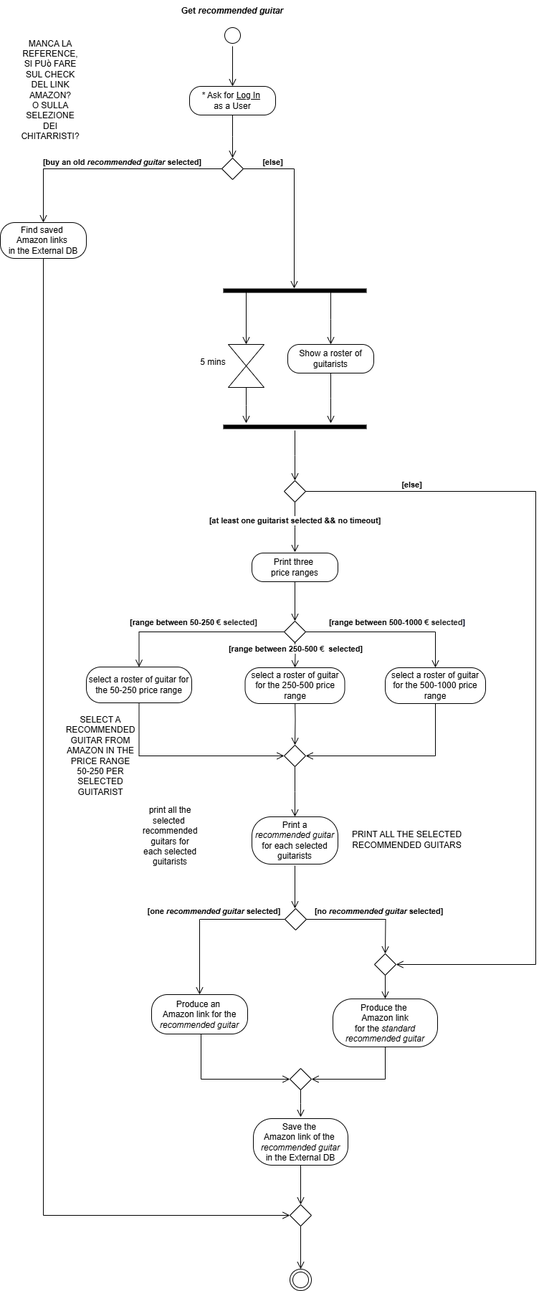
Before: ActivityDiagramM.drawio.png, a diagram exported from draw.io (TizianoLilli/ISPW-Project). Source tidied: cells renumbered, new cells last; positions are measured from the earlier drawing's top-left corner, leaving out a move shared by most shapes.
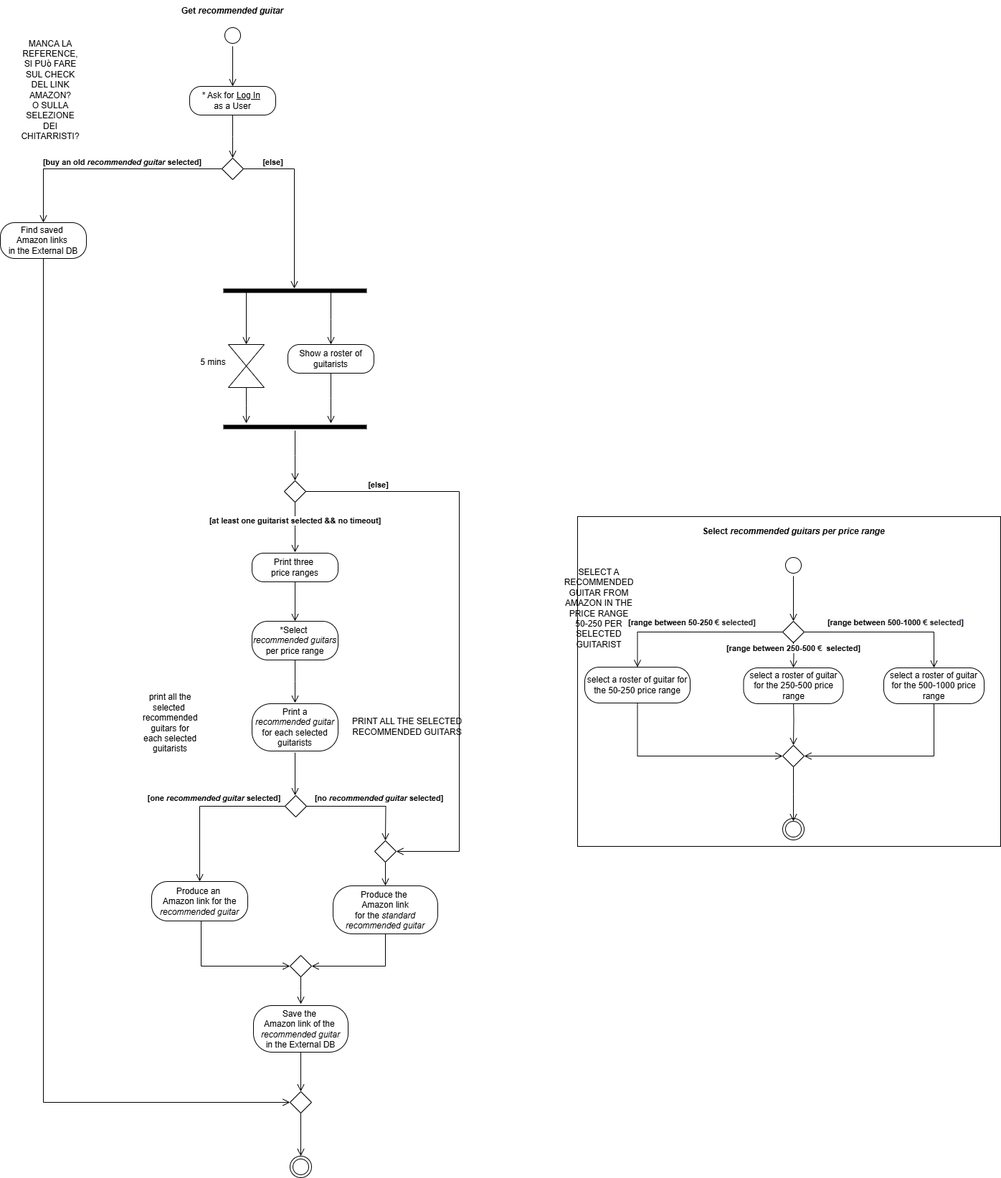
After the commit.

What changed in the source:
```diff
@@ -4,2 +4,5 @@
     <mxCell id="1" parent="0" />
+    <mxCell id="64" style="rounded=0;whiteSpace=wrap;html=1;labelBackgroundColor=none;labelBorderColor=none;" parent="1" vertex="1">
+      <mxGeometry x="805" y="720" width="590" height="460" as="geometry" />
+    </mxCell>
     <mxCell id="2" value="Print three&amp;nbsp;&lt;div&gt;price ranges&lt;/div&gt;" style="rounded=1;whiteSpace=wrap;html=1;arcSize=40;labelBackgroundColor=none;" parent="1" vertex="1">
@@ -13,3 +16,3 @@
     <mxCell id="4" style="rhombus;whiteSpace=wrap;html=1;labelBackgroundColor=none;" parent="1" vertex="1">
-      <mxGeometry x="396" y="866" width="30" height="30" as="geometry" />
+      <mxGeometry x="1091" y="866" width="30" height="30" as="geometry" />
     </mxCell>
@@ -18,3 +21,3 @@
         <Array as="points">
-          <mxPoint x="607" y="881" />
+          <mxPoint x="1302" y="881" />
         </Array>
@@ -24,6 +27,6 @@
       <mxGeometry relative="1" as="geometry">
-        <mxPoint x="597" y="967" as="sourcePoint" />
+        <mxPoint x="1292" y="967" as="sourcePoint" />
         <Array as="points">
-          <mxPoint x="607" y="967" />
-          <mxPoint x="607" y="1054" />
+          <mxPoint x="1302" y="967" />
+          <mxPoint x="1302" y="1054" />
         </Array>
@@ -31,5 +34,5 @@
     </mxCell>
-    <mxCell id="7" value="&lt;b&gt;[range between 250-500&amp;nbsp;&lt;/b&gt;&lt;b style=&quot;text-align: left; background-color: rgb(251, 251, 251);&quot;&gt;&lt;span style=&quot;text-wrap-mode: wrap; color: rgb(31, 31, 31); background-color: rgb(255, 255, 255);&quot;&gt;€&amp;nbsp;&lt;/span&gt;&lt;/b&gt;&lt;b&gt;&amp;nbsp;selected]&lt;/b&gt;" style="edgeStyle=orthogonalEdgeStyle;html=1;verticalAlign=bottom;endArrow=open;endSize=8;rounded=0;exitX=0.5;exitY=1;exitDx=0;exitDy=0;labelBackgroundColor=default;fontColor=default;entryX=0.5;entryY=0;entryDx=0;entryDy=0;" parent="1" edge="1" target="11">
+    <mxCell id="7" value="&lt;b&gt;[range between 250-500&amp;nbsp;&lt;/b&gt;&lt;b style=&quot;text-align: left;&quot;&gt;&lt;span style=&quot;text-wrap-mode: wrap; color: rgb(31, 31, 31);&quot;&gt;€&amp;nbsp;&lt;/span&gt;&lt;/b&gt;&lt;b&gt;&amp;nbsp;selected]&lt;/b&gt;" style="edgeStyle=orthogonalEdgeStyle;html=1;verticalAlign=bottom;endArrow=open;endSize=8;rounded=0;exitX=0.5;exitY=1;exitDx=0;exitDy=0;labelBackgroundColor=default;fontColor=default;entryX=0.5;entryY=0;entryDx=0;entryDy=0;" parent="1" edge="1" target="11">
       <mxGeometry x="0.01" relative="1" as="geometry">
-        <mxPoint x="411" y="895" as="sourcePoint" />
+        <mxPoint x="1106" y="895" as="sourcePoint" />
       </mxGeometry>
@@ -38,3 +41,3 @@
       <mxGeometry relative="1" as="geometry">
-        <mxPoint x="411" y="967" as="sourcePoint" />
+        <mxPoint x="1106" y="967" as="sourcePoint" />
       </mxGeometry>
@@ -45,9 +48,9 @@
     <mxCell id="10" value="select a roster of guitar for the 50-250 price range" style="rounded=1;whiteSpace=wrap;html=1;arcSize=40;labelBackgroundColor=none;" parent="1" vertex="1">
-      <mxGeometry x="120" y="930" width="147" height="50" as="geometry" />
+      <mxGeometry x="815" y="930" width="147" height="50" as="geometry" />
     </mxCell>
     <mxCell id="11" value="select a roster of guitar for the 250-500 price range" style="rounded=1;whiteSpace=wrap;html=1;arcSize=40;labelBackgroundColor=none;" parent="1" vertex="1">
-      <mxGeometry x="341.5" y="931" width="139" height="50" as="geometry" />
+      <mxGeometry x="1036.5" y="931" width="139" height="50" as="geometry" />
     </mxCell>
     <mxCell id="12" value="select a roster of guitar for the 500-1000 price range" style="rounded=1;whiteSpace=wrap;html=1;arcSize=40;labelBackgroundColor=none;" parent="1" vertex="1">
-      <mxGeometry x="537" y="931" width="140" height="50" as="geometry" />
+      <mxGeometry x="1232" y="931" width="140" height="50" as="geometry" />
     </mxCell>
@@ -62,3 +65,3 @@
     <mxCell id="15" style="rhombus;whiteSpace=wrap;html=1;labelBackgroundColor=none;" parent="1" vertex="1">
-      <mxGeometry x="396" y="1039" width="30" height="30" as="geometry" />
+      <mxGeometry x="1091" y="1039" width="30" height="30" as="geometry" />
     </mxCell>
@@ -66,3 +69,3 @@
       <mxGeometry relative="1" as="geometry">
-        <mxPoint x="411" y="1139" as="targetPoint" />
+        <mxPoint x="1106" y="1145" as="targetPoint" />
       </mxGeometry>
@@ -70,3 +73,3 @@
     <mxCell id="17" value="Print a&lt;div&gt;&lt;i&gt;recommended guitar&lt;/i&gt;&lt;/div&gt;&lt;div&gt;for each selected guitarists&lt;/div&gt;" style="rounded=1;whiteSpace=wrap;html=1;arcSize=40;labelBackgroundColor=none;" parent="1" vertex="1">
-      <mxGeometry x="351" y="1139" width="120" height="66" as="geometry" />
+      <mxGeometry x="351" y="981" width="120" height="66" as="geometry" />
     </mxCell>
@@ -74,4 +77,4 @@
       <mxGeometry relative="1" as="geometry">
-        <mxPoint x="411" y="1207" as="sourcePoint" />
-        <mxPoint x="411" y="1267" as="targetPoint" />
+        <mxPoint x="411" y="1049" as="sourcePoint" />
+        <mxPoint x="411" y="1109" as="targetPoint" />
       </mxGeometry>
@@ -79,3 +82,3 @@
     <mxCell id="19" value="Produce an&amp;nbsp;&lt;div&gt;Amazon link for the&lt;/div&gt;&lt;div&gt;&lt;i&gt;recommended guitar&lt;/i&gt;&lt;/div&gt;" style="rounded=1;whiteSpace=wrap;html=1;arcSize=40;labelBackgroundColor=none;" parent="1" vertex="1">
-      <mxGeometry x="211" y="1387" width="134" height="55" as="geometry" />
+      <mxGeometry x="211" y="1229" width="134" height="55" as="geometry" />
     </mxCell>
@@ -84,3 +87,3 @@
         <Array as="points">
-          <mxPoint x="280" y="1505" />
+          <mxPoint x="280" y="1347" />
         </Array>
@@ -90,3 +93,3 @@
       <mxGeometry relative="1" as="geometry">
-        <mxPoint x="419" y="1680" as="targetPoint" />
+        <mxPoint x="419" y="1522" as="targetPoint" />
       </mxGeometry>
@@ -94,6 +97,6 @@
     <mxCell id="22" value="Save the&amp;nbsp;&lt;div&gt;Amazon link&amp;nbsp;&lt;span style=&quot;background-color: initial;&quot;&gt;of the&amp;nbsp;&lt;/span&gt;&lt;div&gt;&lt;div&gt;&lt;i&gt;recommended guitar&lt;/i&gt;&lt;/div&gt;&lt;div&gt;in the External DB&lt;/div&gt;&lt;/div&gt;&lt;/div&gt;" style="rounded=1;whiteSpace=wrap;html=1;arcSize=40;labelBackgroundColor=none;" parent="1" vertex="1">
-      <mxGeometry x="353" y="1560" width="132" height="65" as="geometry" />
+      <mxGeometry x="353" y="1402" width="132" height="65" as="geometry" />
     </mxCell>
     <mxCell id="23" style="rhombus;whiteSpace=wrap;html=1;labelBackgroundColor=none;" parent="1" vertex="1">
-      <mxGeometry x="404" y="1490" width="30" height="30" as="geometry" />
+      <mxGeometry x="404" y="1332" width="30" height="30" as="geometry" />
     </mxCell>
@@ -101,3 +104,3 @@
       <mxGeometry relative="1" as="geometry">
-        <mxPoint x="419" y="1558" as="targetPoint" />
+        <mxPoint x="419" y="1400" as="targetPoint" />
       </mxGeometry>
@@ -105,3 +108,3 @@
     <mxCell id="25" style="ellipse;html=1;shape=endState;labelBackgroundColor=none;" parent="1" vertex="1">
-      <mxGeometry x="404" y="1770" width="30" height="30" as="geometry" />
+      <mxGeometry x="404" y="1612" width="30" height="30" as="geometry" />
     </mxCell>
@@ -128,12 +131,12 @@
     <mxCell id="32" value="SELECT A RECOMMENDED GUITAR FROM AMAZON IN THE PRICE RANGE 50-250 PER SELECTED GUITARIST" style="text;html=1;align=center;verticalAlign=middle;whiteSpace=wrap;rounded=0;labelBackgroundColor=none;" parent="1" vertex="1">
-      <mxGeometry x="110" y="1039" width="60" height="30" as="geometry" />
+      <mxGeometry x="805" y="833" width="60" height="30" as="geometry" />
     </mxCell>
     <mxCell id="33" value="PRINT ALL THE SELECTED&lt;div&gt;RECOMMENDED GUITARS&lt;/div&gt;" style="text;html=1;align=center;verticalAlign=middle;strokeColor=none;fillColor=none;labelBackgroundColor=none;" parent="1" vertex="1">
-      <mxGeometry x="477" y="1151" width="180" height="40" as="geometry" />
+      <mxGeometry x="477" y="993" width="180" height="40" as="geometry" />
     </mxCell>
     <mxCell id="34" value="print all the selected&amp;nbsp; recommended guitars for each selected guitarists" style="text;html=1;align=center;verticalAlign=middle;whiteSpace=wrap;rounded=0;labelBackgroundColor=none;" parent="1" vertex="1">
-      <mxGeometry x="207" y="1151" width="60" height="30" as="geometry" />
+      <mxGeometry x="207" y="993" width="60" height="30" as="geometry" />
     </mxCell>
     <mxCell id="35" style="rhombus;whiteSpace=wrap;html=1;labelBackgroundColor=none;" parent="1" vertex="1">
-      <mxGeometry x="397" y="1267" width="30" height="30" as="geometry" />
+      <mxGeometry x="397" y="1109" width="30" height="30" as="geometry" />
     </mxCell>
@@ -143,3 +146,3 @@
     <mxCell id="37" value="Produce the&amp;nbsp;&lt;div&gt;Amazon link&lt;div&gt;for the &lt;i&gt;standard&lt;/i&gt;&lt;/div&gt;&lt;div&gt;&lt;i&gt;recommended guitar&lt;/i&gt;&lt;/div&gt;&lt;/div&gt;" style="rounded=1;whiteSpace=wrap;html=1;arcSize=40;labelBackgroundColor=none;" parent="1" vertex="1">
-      <mxGeometry x="464" y="1393" width="146" height="67" as="geometry" />
+      <mxGeometry x="464" y="1235" width="146" height="67" as="geometry" />
     </mxCell>
@@ -148,3 +151,3 @@
         <Array as="points">
-          <mxPoint x="537" y="1505" />
+          <mxPoint x="537" y="1347" />
         </Array>
@@ -154,3 +157,3 @@
       <mxGeometry x="0.27" y="2" relative="1" as="geometry">
-        <mxPoint x="537" y="1330" as="targetPoint" />
+        <mxPoint x="537" y="1172" as="targetPoint" />
       </mxGeometry>
@@ -168,4 +171,4 @@
         <Array as="points">
-          <mxPoint x="747" y="685" />
-          <mxPoint x="747" y="1345" />
+          <mxPoint x="640" y="685" />
+          <mxPoint x="640" y="1187" />
         </Array>
@@ -174,3 +177,3 @@
     <mxCell id="43" style="rhombus;whiteSpace=wrap;html=1;labelBackgroundColor=none;" parent="1" vertex="1">
-      <mxGeometry x="522" y="1330" width="30" height="30" as="geometry" />
+      <mxGeometry x="522" y="1172" width="30" height="30" as="geometry" />
     </mxCell>
@@ -215,3 +218,3 @@
         <Array as="points">
-          <mxPoint x="60" y="1695" />
+          <mxPoint x="60" y="1537" />
         </Array>
@@ -237,3 +240,3 @@
     <mxCell id="59" style="rhombus;whiteSpace=wrap;html=1;labelBackgroundColor=none;" parent="1" vertex="1">
-      <mxGeometry x="404" y="1680" width="30" height="30" as="geometry" />
+      <mxGeometry x="404" y="1522" width="30" height="30" as="geometry" />
     </mxCell>
@@ -242,11 +245,31 @@
     </mxCell>
-    <mxCell id="61" value="5 mins" style="text;html=1;align=center;verticalAlign=middle;whiteSpace=wrap;rounded=0;" parent="1" vertex="1">
+    <mxCell id="61" value="5 mins" style="text;html=1;align=center;verticalAlign=middle;whiteSpace=wrap;rounded=0;labelBackgroundColor=none;" parent="1" vertex="1">
       <mxGeometry x="267" y="490" width="60" height="30" as="geometry" />
     </mxCell>
-    <mxCell id="62" value="&#10;&lt;b style=&quot;forced-color-adjust: none; color: rgb(0, 0, 0); font-family: Helvetica; font-size: 11px; font-style: normal; font-variant-ligatures: normal; font-variant-caps: normal; letter-spacing: normal; orphans: 2; text-align: left; text-indent: 0px; text-transform: none; widows: 2; word-spacing: 0px; -webkit-text-stroke-width: 0px; white-space: nowrap; background-color: rgb(251, 251, 251); text-decoration-thickness: initial; text-decoration-style: initial; text-decoration-color: initial;&quot;&gt;[range between 50-250&amp;nbsp;&lt;/b&gt;&lt;b style=&quot;forced-color-adjust: none; color: rgb(0, 0, 0); font-family: Helvetica; font-size: 11px; font-style: normal; font-variant-ligatures: normal; font-variant-caps: normal; letter-spacing: normal; orphans: 2; text-align: left; text-indent: 0px; text-transform: none; widows: 2; word-spacing: 0px; -webkit-text-stroke-width: 0px; white-space: nowrap; background-color: initial; text-decoration-thickness: initial; text-decoration-style: initial; text-decoration-color: initial;&quot;&gt;&lt;span style=&quot;forced-color-adjust: none; text-wrap-mode: wrap; color: rgb(31, 31, 31); background-color: rgb(255, 255, 255);&quot;&gt;€ selected]&lt;/span&gt;&lt;/b&gt;&#10;&#10;" style="text;html=1;align=center;verticalAlign=middle;whiteSpace=wrap;rounded=0;" parent="1" vertex="1">
-      <mxGeometry x="160" y="860" width="220" height="30" as="geometry" />
+    <mxCell id="62" value="&#10;&lt;b style=&quot;forced-color-adjust: none; color: rgb(0, 0, 0); font-family: Helvetica; font-size: 11px; font-style: normal; font-variant-ligatures: normal; font-variant-caps: normal; letter-spacing: normal; orphans: 2; text-align: left; text-indent: 0px; text-transform: none; widows: 2; word-spacing: 0px; -webkit-text-stroke-width: 0px; white-space: nowrap; background-color: rgb(251, 251, 251); text-decoration-thickness: initial; text-decoration-style: initial; text-decoration-color: initial;&quot;&gt;[range between 50-250&amp;nbsp;&lt;/b&gt;&lt;b style=&quot;forced-color-adjust: none; color: rgb(0, 0, 0); font-family: Helvetica; font-size: 11px; font-style: normal; font-variant-ligatures: normal; font-variant-caps: normal; letter-spacing: normal; orphans: 2; text-align: left; text-indent: 0px; text-transform: none; widows: 2; word-spacing: 0px; -webkit-text-stroke-width: 0px; white-space: nowrap; background-color: initial; text-decoration-thickness: initial; text-decoration-style: initial; text-decoration-color: initial;&quot;&gt;&lt;span style=&quot;forced-color-adjust: none; text-wrap-mode: wrap; color: rgb(31, 31, 31); background-color: rgb(255, 255, 255);&quot;&gt;€ selected]&lt;/span&gt;&lt;/b&gt;&#10;&#10;" style="text;html=1;align=center;verticalAlign=middle;whiteSpace=wrap;rounded=0;labelBackgroundColor=none;" parent="1" vertex="1">
+      <mxGeometry x="855" y="860" width="220" height="30" as="geometry" />
     </mxCell>
-    <mxCell id="63" value="&#10;&lt;b style=&quot;forced-color-adjust: none; color: rgb(0, 0, 0); font-family: Helvetica; font-size: 11px; font-style: normal; font-variant-ligatures: normal; font-variant-caps: normal; letter-spacing: normal; orphans: 2; text-align: center; text-indent: 0px; text-transform: none; widows: 2; word-spacing: 0px; -webkit-text-stroke-width: 0px; white-space: nowrap; background-color: rgb(251, 251, 251); text-decoration-thickness: initial; text-decoration-style: initial; text-decoration-color: initial;&quot;&gt;[&lt;/b&gt;&lt;b style=&quot;forced-color-adjust: none; color: rgb(0, 0, 0); font-family: Helvetica; font-size: 11px; font-style: normal; font-variant-ligatures: normal; font-variant-caps: normal; letter-spacing: normal; orphans: 2; text-align: center; text-indent: 0px; text-transform: none; widows: 2; word-spacing: 0px; -webkit-text-stroke-width: 0px; white-space: nowrap; background-color: rgb(251, 251, 251); text-decoration-thickness: initial; text-decoration-style: initial; text-decoration-color: initial;&quot;&gt;range between 500-1000&amp;nbsp;&lt;span style=&quot;forced-color-adjust: none; text-align: left; text-wrap-mode: wrap; color: rgb(31, 31, 31); background-color: rgb(255, 255, 255);&quot;&gt;€ selected&lt;/span&gt;&lt;span style=&quot;forced-color-adjust: none; text-align: left; background-color: initial;&quot;&gt;&lt;font style=&quot;forced-color-adjust: none;&quot; face=&quot;Helvetica&quot;&gt;&lt;font style=&quot;forced-color-adjust: none;&quot; color=&quot;#040c28&quot;&gt;&lt;span style=&quot;forced-color-adjust: none; text-wrap-mode: wrap;&quot;&gt;]&lt;/span&gt;&lt;/font&gt;&lt;/font&gt;&lt;/span&gt;&lt;/b&gt;&#10;&#10;" style="text;html=1;align=center;verticalAlign=middle;whiteSpace=wrap;rounded=0;" parent="1" vertex="1">
-      <mxGeometry x="434" y="860" width="240" height="30" as="geometry" />
+    <mxCell id="63" value="&#10;&lt;b style=&quot;forced-color-adjust: none; color: rgb(0, 0, 0); font-family: Helvetica; font-size: 11px; font-style: normal; font-variant-ligatures: normal; font-variant-caps: normal; letter-spacing: normal; orphans: 2; text-align: center; text-indent: 0px; text-transform: none; widows: 2; word-spacing: 0px; -webkit-text-stroke-width: 0px; white-space: nowrap; background-color: rgb(251, 251, 251); text-decoration-thickness: initial; text-decoration-style: initial; text-decoration-color: initial;&quot;&gt;[&lt;/b&gt;&lt;b style=&quot;forced-color-adjust: none; color: rgb(0, 0, 0); font-family: Helvetica; font-size: 11px; font-style: normal; font-variant-ligatures: normal; font-variant-caps: normal; letter-spacing: normal; orphans: 2; text-align: center; text-indent: 0px; text-transform: none; widows: 2; word-spacing: 0px; -webkit-text-stroke-width: 0px; white-space: nowrap; background-color: rgb(251, 251, 251); text-decoration-thickness: initial; text-decoration-style: initial; text-decoration-color: initial;&quot;&gt;range between 500-1000&amp;nbsp;&lt;span style=&quot;forced-color-adjust: none; text-align: left; text-wrap-mode: wrap; color: rgb(31, 31, 31); background-color: rgb(255, 255, 255);&quot;&gt;€ selected&lt;/span&gt;&lt;span style=&quot;forced-color-adjust: none; text-align: left; background-color: initial;&quot;&gt;&lt;font style=&quot;forced-color-adjust: none;&quot; face=&quot;Helvetica&quot;&gt;&lt;font style=&quot;forced-color-adjust: none;&quot; color=&quot;#040c28&quot;&gt;&lt;span style=&quot;forced-color-adjust: none; text-wrap-mode: wrap;&quot;&gt;]&lt;/span&gt;&lt;/font&gt;&lt;/font&gt;&lt;/span&gt;&lt;/b&gt;&#10;&#10;" style="text;html=1;align=center;verticalAlign=middle;whiteSpace=wrap;rounded=0;labelBackgroundColor=none;" parent="1" vertex="1">
+      <mxGeometry x="1129" y="860" width="240" height="30" as="geometry" />
     </mxCell>
+    <mxCell id="65" style="ellipse;html=1;shape=startState;labelBackgroundColor=none;" parent="1" vertex="1">
+      <mxGeometry x="1091" y="773" width="30" height="30" as="geometry" />
+    </mxCell>
+    <mxCell id="66" style="edgeStyle=orthogonalEdgeStyle;html=1;verticalAlign=bottom;endArrow=open;endSize=8;rounded=0;entryX=0.5;entryY=0;entryDx=0;entryDy=0;labelBackgroundColor=none;fontColor=default;" parent="1" edge="1" source="65" target="4">
+      <mxGeometry relative="1" as="geometry" />
+    </mxCell>
+    <mxCell id="67" style="ellipse;html=1;shape=endState;labelBackgroundColor=none;" parent="1" vertex="1">
+      <mxGeometry x="1091" y="1141" width="30" height="30" as="geometry" />
+    </mxCell>
+    <mxCell id="68" value="*Select&amp;nbsp;&lt;div&gt;&lt;i&gt;recommended guitars&lt;/i&gt;&lt;/div&gt;&lt;div&gt;per price range&lt;/div&gt;" style="rounded=1;whiteSpace=wrap;html=1;arcSize=40;labelBackgroundColor=none;" parent="1" vertex="1">
+      <mxGeometry x="351" y="866" width="120" height="54" as="geometry" />
+    </mxCell>
+    <mxCell id="69" style="edgeStyle=orthogonalEdgeStyle;html=1;verticalAlign=bottom;endArrow=open;endSize=8;rounded=0;labelBackgroundColor=none;fontColor=default;" parent="1" edge="1" source="68">
+      <mxGeometry relative="1" as="geometry">
+        <mxPoint x="411" y="980" as="targetPoint" />
+      </mxGeometry>
+    </mxCell>
+    <mxCell id="70" value="&lt;div&gt;Select &lt;i&gt;recommended guitars per price range&lt;/i&gt;&lt;/div&gt;" style="text;align=center;fontStyle=1;verticalAlign=middle;spacingLeft=3;spacingRight=3;strokeColor=none;html=1;labelBackgroundColor=none;" parent="1" vertex="1">
+      <mxGeometry x="871" y="720" width="470" height="41" as="geometry" />
+    </mxCell>
   </root>
```
